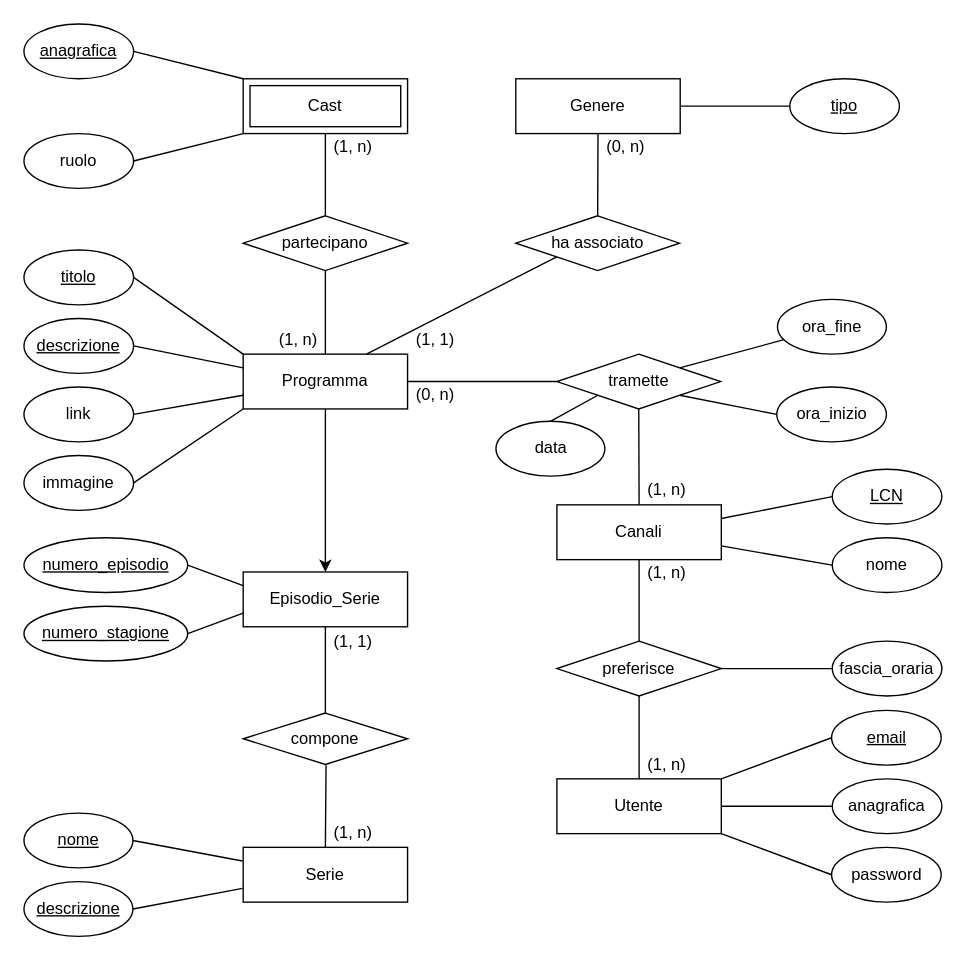
This is Diagramma ER.drawio from Timat-Piderma/progetto-DB, a draw.io file, before an edit. Source tidied: cells renumbered, new cells numbered last; positions are measured from the earlier drawing's top-left corner, leaving out a move shared by most shapes. Both pictures are drawn from the tidied source at 137%, with x=0, y=0 at pixel (23, 23).
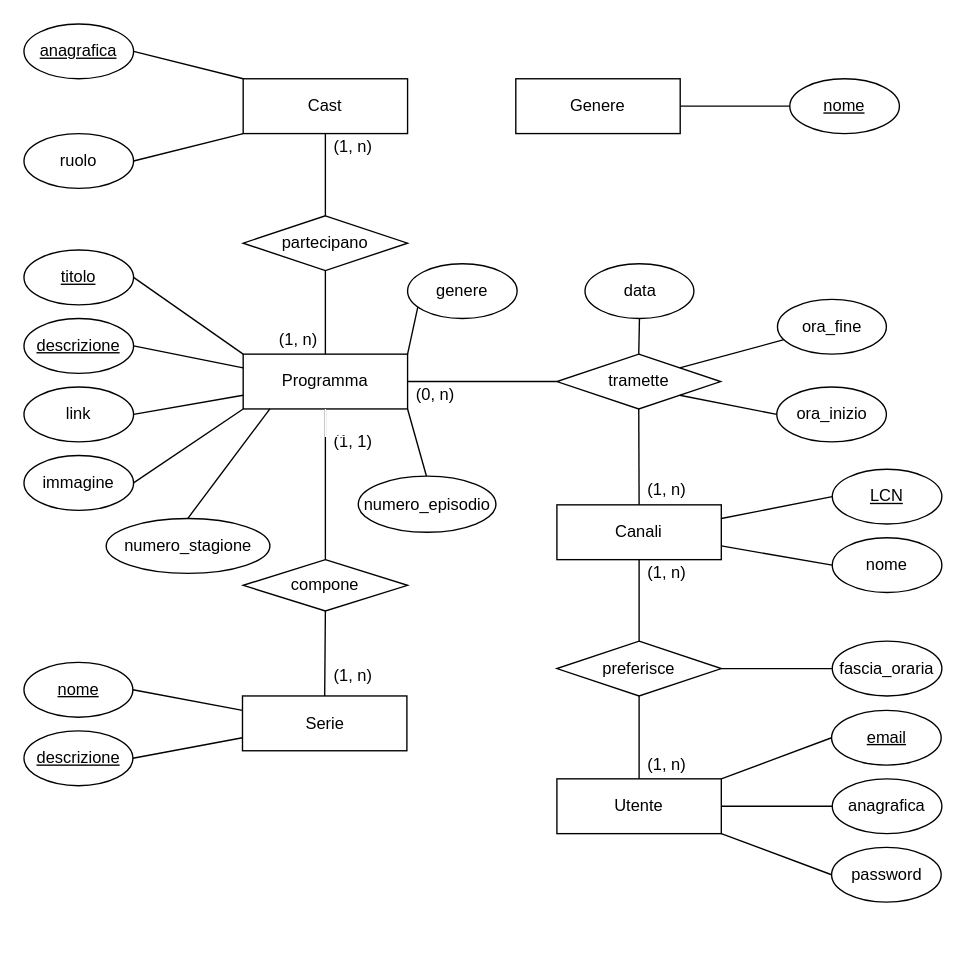
After the change.

Commit message (it also covers changes not shown here):
aggiornato schema er

Unchanged cells that the change refers to:
```xml
<mxCell id="5" value="Programma" style="rounded=0;whiteSpace=wrap;html=1;" parent="1" vertex="1">
  <mxGeometry x="160" y="241" width="120" height="40" as="geometry" />
</mxCell>
<mxCell id="6" value="tramette" style="shape=rhombus;perimeter=rhombusPerimeter;whiteSpace=wrap;html=1;align=center;" parent="1" vertex="1">
  <mxGeometry x="389" y="241" width="119.5" height="40" as="geometry" />
</mxCell>
<mxCell id="57" value="Genere" style="whiteSpace=wrap;html=1;align=center;" parent="1" vertex="1">
  <mxGeometry x="359" y="40" width="120" height="40" as="geometry" />
</mxCell>
```

What changed in the source:
```diff
@@
-    <mxCell id="3" style="edgeStyle=orthogonalEdgeStyle;rounded=0;jettySize=auto;html=1;strokeColor=#FFFFFF;" parent="1" edge="1" source="5" target="50">
-      <mxGeometry relative="1" as="geometry" />
+    <mxCell id="3" style="edgeStyle=orthogonalEdgeStyle;rounded=0;jettySize=auto;html=1;strokeColor=#FFFFFF;startArrow=none;" parent="1" edge="1" source="67">
+      <mxGeometry relative="1" as="geometry">
+        <mxPoint x="220" y="400" as="targetPoint" />
+      </mxGeometry>
     </mxCell>
-    <mxCell id="4" style="edgeStyle=orthogonalEdgeStyle;rounded=0;jettySize=auto;html=1;strokeColor=#000000;entryX=0.5;entryY=0;entryDx=0;entryDy=0;" parent="1" edge="1" source="5" target="50">
-      <mxGeometry relative="1" as="geometry" />
-    </mxCell>
@@
-    <mxCell id="7" value="Cast" style="shape=ext;margin=3;double=1;whiteSpace=wrap;html=1;align=center;fontFamily=Helvetica;fontSize=12;fontColor=default;strokeColor=default;fillColor=default;" parent="1" vertex="1">
-      <mxGeometry x="160" y="40" width="120" height="40" as="geometry" />
-    </mxCell>
@@
     <mxCell id="15" value="data" style="ellipse;whiteSpace=wrap;html=1;align=center;" parent="1" vertex="1">
-      <mxGeometry x="344.5" y="290" width="79.5" height="40" as="geometry" />
+      <mxGeometry x="409.5" y="175" width="79.5" height="40" as="geometry" />
     </mxCell>
     <mxCell id="16" value="&lt;u&gt;descrizione&lt;/u&gt;" style="ellipse;whiteSpace=wrap;html=1;align=center;" parent="1" vertex="1">
-      <mxGeometry y="626" width="79.5" height="40" as="geometry" />
+      <mxGeometry y="516" width="79.5" height="40" as="geometry" />
     </mxCell>
     <mxCell id="17" value="&lt;u&gt;nome&lt;/u&gt;" style="ellipse;whiteSpace=wrap;html=1;align=center;" parent="1" vertex="1">
-      <mxGeometry y="576" width="79.5" height="40" as="geometry" />
+      <mxGeometry y="466" width="79.5" height="40" as="geometry" />
     </mxCell>
@@
     <mxCell id="35" value="Serie" style="whiteSpace=wrap;html=1;align=center;" parent="1" vertex="1">
-      <mxGeometry x="160" y="601" width="120" height="40" as="geometry" />
+      <mxGeometry x="159.5" y="490.5" width="120" height="40" as="geometry" />
     </mxCell>
-    <mxCell id="36" value="numero_episodio" style="ellipse;whiteSpace=wrap;html=1;align=center;fontStyle=4;" parent="1" vertex="1">
-      <mxGeometry y="375" width="119.5" height="40" as="geometry" />
-    </mxCell>
-    <mxCell id="37" value="&lt;u&gt;numero_stagione&lt;/u&gt;" style="ellipse;whiteSpace=wrap;html=1;align=center;" parent="1" vertex="1">
-      <mxGeometry y="425" width="119.5" height="40" as="geometry" />
+    <mxCell id="37" value="numero_stagione" style="ellipse;whiteSpace=wrap;html=1;align=center;" parent="1" vertex="1">
+      <mxGeometry x="60" y="361" width="119.5" height="40" as="geometry" />
     </mxCell>
-    <mxCell id="38" style="endArrow=none;html=1;rounded=0;exitX=1;exitY=0.5;exitDx=0;exitDy=0;entryX=0;entryY=0.25;entryDx=0;entryDy=0;" parent="1" edge="1" source="36" target="50">
-      <mxGeometry relative="1" as="geometry" />
+    <mxCell id="38" style="endArrow=none;html=1;rounded=0;entryX=1;entryY=1;entryDx=0;entryDy=0;" parent="1" edge="1" target="5">
+      <mxGeometry relative="1" as="geometry">
+        <mxPoint x="293.8" y="330.1" as="sourcePoint" />
+      </mxGeometry>
     </mxCell>
-    <mxCell id="39" style="endArrow=none;html=1;rounded=0;exitX=1;exitY=0.5;exitDx=0;exitDy=0;entryX=0;entryY=0.75;entryDx=0;entryDy=0;" parent="1" edge="1" source="37" target="50">
-      <mxGeometry relative="1" as="geometry" />
+    <mxCell id="39" style="endArrow=none;html=1;rounded=0;" parent="1" edge="1">
+      <mxGeometry relative="1" as="geometry">
+        <mxPoint x="119.5" y="361" as="sourcePoint" />
+        <mxPoint x="179.5" y="281" as="targetPoint" />
+      </mxGeometry>
     </mxCell>
     <mxCell id="40" style="endArrow=none;html=1;rounded=0;exitX=1;exitY=0.5;exitDx=0;exitDy=0;" parent="1" edge="1" source="16">
       <mxGeometry relative="1" as="geometry">
-        <mxPoint x="159.5" y="631" as="targetPoint" />
+        <mxPoint x="159.5" y="521" as="targetPoint" />
       </mxGeometry>
     </mxCell>
-    <mxCell id="41" style="endArrow=none;html=1;rounded=0;entryX=0.5;entryY=0;entryDx=0;entryDy=0;exitX=0;exitY=1;exitDx=0;exitDy=0;" parent="1" edge="1" source="6" target="15">
+    <mxCell id="41" style="endArrow=none;html=1;rounded=0;entryX=0.5;entryY=1;entryDx=0;entryDy=0;exitX=0.5;exitY=0;exitDx=0;exitDy=0;" parent="1" edge="1" source="6" target="15">
       <mxGeometry relative="1" as="geometry" />
     </mxCell>
@@
-    <mxCell id="50" value="Episodio_Serie" style="whiteSpace=wrap;html=1;align=center;" parent="1" vertex="1">
-      <mxGeometry x="160" y="400" width="120" height="40" as="geometry" />
-    </mxCell>
     <mxCell id="51" value="compone" style="shape=rhombus;perimeter=rhombusPerimeter;whiteSpace=wrap;html=1;align=center;" parent="1" vertex="1">
-      <mxGeometry x="160" y="503" width="120" height="37.5" as="geometry" />
+      <mxGeometry x="160" y="391" width="120" height="37.5" as="geometry" />
     </mxCell>
-    <mxCell id="52" style="endArrow=none;html=1;rounded=0;entryX=0.5;entryY=1;entryDx=0;entryDy=0;" parent="1" edge="1" source="51" target="50">
+    <mxCell id="52" style="endArrow=none;html=1;rounded=0;entryX=0.5;entryY=1;entryDx=0;entryDy=0;" parent="1" edge="1" source="51" target="5">
       <mxGeometry relative="1" as="geometry" />
     </mxCell>
-    <mxCell id="53" style="endArrow=none;html=1;rounded=0;exitX=0.5;exitY=0;exitDx=0;exitDy=0;" parent="1" edge="1" source="35">
-      <mxGeometry relative="1" as="geometry">
-        <mxPoint x="220.5" y="541" as="targetPoint" />
-      </mxGeometry>
+    <mxCell id="53" style="endArrow=none;html=1;rounded=0;exitX=0.5;exitY=0;exitDx=0;exitDy=0;entryX=0.5;entryY=1;entryDx=0;entryDy=0;" parent="1" edge="1" source="35" target="51">
+      <mxGeometry relative="1" as="geometry" />
     </mxCell>
@@
     <mxCell id="56" style="endArrow=none;html=1;rounded=0;exitX=1;exitY=0.5;exitDx=0;exitDy=0;" parent="1" edge="1" source="17">
       <mxGeometry relative="1" as="geometry">
-        <mxPoint x="159.5" y="611" as="targetPoint" />
+        <mxPoint x="159.5" y="501" as="targetPoint" />
       </mxGeometry>
     </mxCell>
@@
-    <mxCell id="58" style="endArrow=none;html=1;rounded=0;entryX=0;entryY=1;entryDx=0;entryDy=0;exitX=0.75;exitY=0;exitDx=0;exitDy=0;" parent="1" edge="1" source="5" target="59">
-      <mxGeometry relative="1" as="geometry" />
-    </mxCell>
-    <mxCell id="59" value="ha associato" style="shape=rhombus;perimeter=rhombusPerimeter;whiteSpace=wrap;html=1;align=center;" parent="1" vertex="1">
-      <mxGeometry x="359" y="140" width="119.5" height="40" as="geometry" />
-    </mxCell>
-    <mxCell id="60" style="endArrow=none;html=1;rounded=0;exitX=0.5;exitY=0;exitDx=0;exitDy=0;entryX=0.5;entryY=1;entryDx=0;entryDy=0;" parent="1" edge="1" source="59" target="57">
-      <mxGeometry relative="1" as="geometry" />
-    </mxCell>
-    <mxCell id="61" value="tipo" style="ellipse;whiteSpace=wrap;html=1;align=center;fontStyle=4;" parent="1" vertex="1">
+    <mxCell id="61" value="&lt;div&gt;nome&lt;/div&gt;" style="ellipse;whiteSpace=wrap;html=1;align=center;fontStyle=4;" parent="1" vertex="1">
       <mxGeometry x="559" y="40" width="80" height="40" as="geometry" />
     </mxCell>
@@
-    <mxCell id="67" value="(1, 1)" style="text;html=1;align=center;verticalAlign=middle;points=[];strokeColor=none;fillColor=none;" parent="1" vertex="1">
-      <mxGeometry x="219.5" y="441" width="40" height="20" as="geometry" />
-    </mxCell>
     <mxCell id="68" value="(1, n)" style="text;html=1;align=center;verticalAlign=middle;strokeColor=none;fillColor=none;" parent="1" vertex="1">
-      <mxGeometry x="219.5" y="581" width="40" height="20" as="geometry" />
+      <mxGeometry x="219.5" y="466" width="40" height="20" as="geometry" />
     </mxCell>
@@
-    <mxCell id="71" value="(1, 1)" style="text;html=1;align=center;verticalAlign=middle;strokeColor=none;fillColor=none;" parent="1" vertex="1">
-      <mxGeometry x="280" y="221" width="40" height="20" as="geometry" />
-    </mxCell>
-    <mxCell id="72" value="(0, n)" style="text;html=1;align=center;verticalAlign=middle;strokeColor=none;fillColor=none;" parent="1" vertex="1">
-      <mxGeometry x="419" y="80" width="40" height="20" as="geometry" />
-    </mxCell>
@@
+    <mxCell id="77" style="endArrow=none;html=1;rounded=0;exitX=0;exitY=0.5;exitDx=0;exitDy=0;entryX=1;entryY=0;entryDx=0;entryDy=0;" parent="1" edge="1" target="5">
+      <mxGeometry relative="1" as="geometry">
+        <mxPoint x="290" y="195" as="sourcePoint" />
+      </mxGeometry>
+    </mxCell>
+    <mxCell id="78" value="&lt;div&gt;genere&lt;/div&gt;" style="ellipse;whiteSpace=wrap;html=1;fontFamily=Helvetica;fontSize=12;fontColor=default;align=center;strokeColor=default;fillColor=default;" parent="1" vertex="1">
+      <mxGeometry x="280" y="175" width="80" height="40" as="geometry" />
+    </mxCell>
+    <mxCell id="7" value="Cast" style="whiteSpace=wrap;html=1;align=center;" parent="1" vertex="1">
+      <mxGeometry x="160" y="40" width="120" height="40" as="geometry" />
+    </mxCell>
+    <mxCell id="67" value="(1, 1)" style="text;html=1;align=center;verticalAlign=middle;points=[];strokeColor=none;fillColor=none;" parent="1" vertex="1">
+      <mxGeometry x="219.5" y="295" width="40" height="20" as="geometry" />
+    </mxCell>
+    <mxCell id="79" style="edgeStyle=orthogonalEdgeStyle;rounded=0;jettySize=auto;html=1;strokeColor=#FFFFFF;endArrow=none;" parent="1" edge="1" source="5" target="67">
+      <mxGeometry relative="1" as="geometry" />
+    </mxCell>
+    <mxCell id="36" value="numero_episodio" style="ellipse;whiteSpace=wrap;html=1;fontFamily=Helvetica;fontSize=12;fontColor=default;align=center;strokeColor=default;fillColor=default;" parent="1" vertex="1">
+      <mxGeometry x="244" y="330" width="100.5" height="41" as="geometry" />
+    </mxCell>
```
